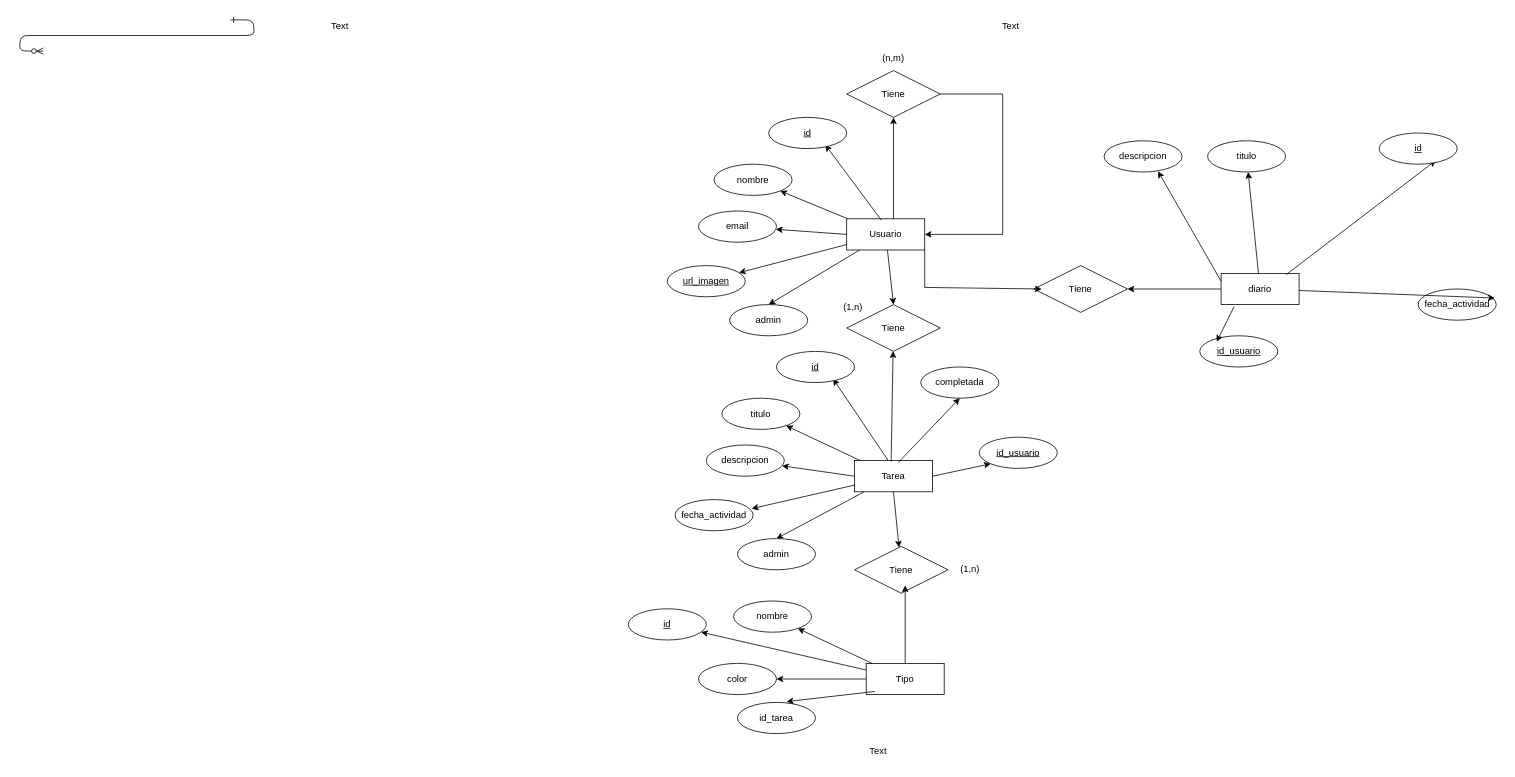
Above: Memoria/Base de Datos/Diagrama sin título.drawio in neiilmolina/Task-Craft-Proyecto-TFG-DAW (draw.io), before the change. Source tidied: cells renumbered, new cells numbered last; positions are measured from the earlier drawing's top-left corner, leaving out a move shared by most shapes. Both pictures are drawn from the tidied source at 78%, with x=0, y=0 at pixel (43, 14).
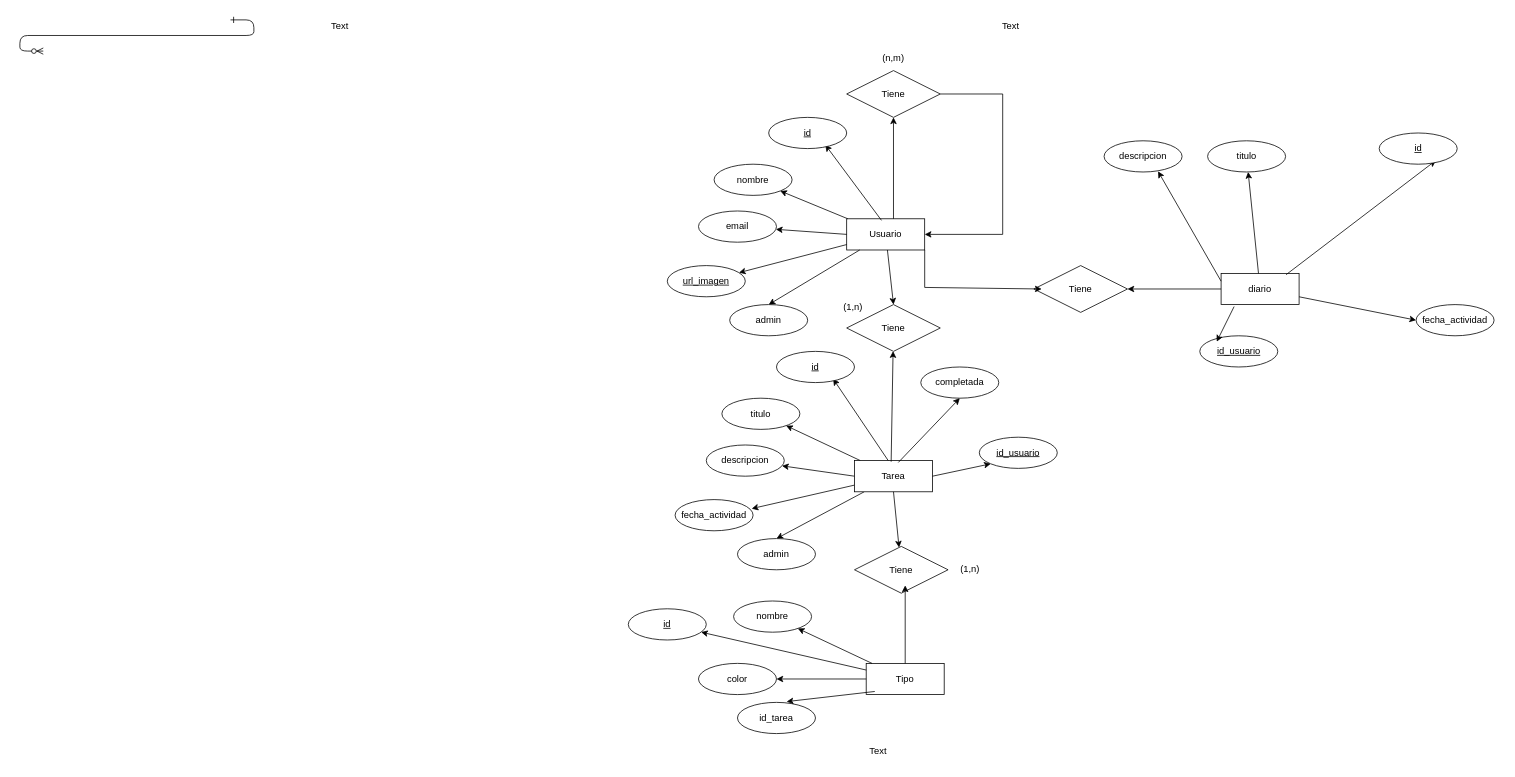
Above is the later version.

Unchanged cells that the change refers to:
```xml
<mxCell id="51" value="diario" style="whiteSpace=wrap;html=1;align=center;" parent="1" vertex="1">
  <mxGeometry x="1510" y="332" width="100" height="40" as="geometry" />
</mxCell>
```

Diff of the diagram source:
```diff
@@
     <mxCell id="52" value="fecha_actividad" style="ellipse;whiteSpace=wrap;html=1;align=center;" parent="1" vertex="1">
-      <mxGeometry x="1762.7" y="352" width="100" height="40" as="geometry" />
+      <mxGeometry x="1760" y="372" width="100" height="40" as="geometry" />
     </mxCell>
-    <mxCell id="53" style="endArrow=classic;html=1;rounded=0;entryX=0.982;entryY=0.29;entryDx=0;entryDy=0;entryPerimeter=0;" parent="1" edge="1" source="51" target="52">
+    <mxCell id="53" style="endArrow=classic;html=1;rounded=0;entryX=0;entryY=0.5;entryDx=0;entryDy=0;" parent="1" edge="1" source="51" target="52">
       <mxGeometry relative="1" as="geometry" />
     </mxCell>
```
